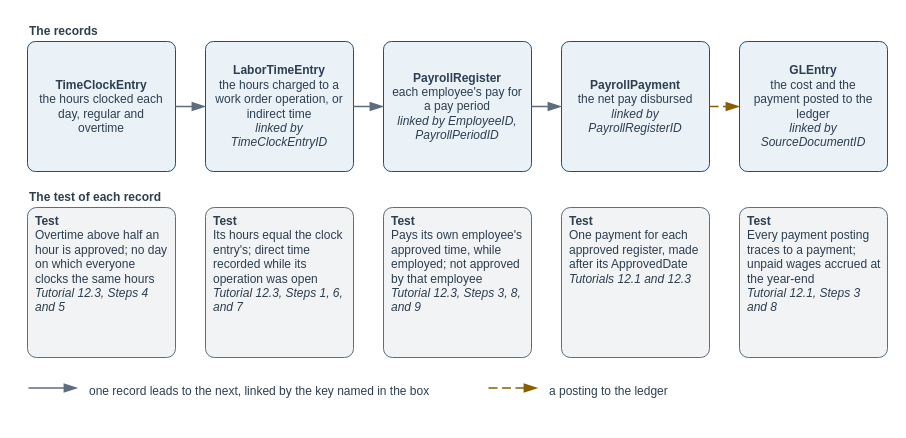
Before: visuals/src/fig-12-07-labor-record-chain.drawio in mmcodesso/Accounting_Analytics_Book, a draw.io diagram. Source tidied: cells renumbered, new cells numbered last; positions are measured from the earlier drawing's top-left corner, leaving out a move shared by most shapes. Both pictures are drawn from the tidied source at 100%, with x=0, y=0 at pixel (27, 17).
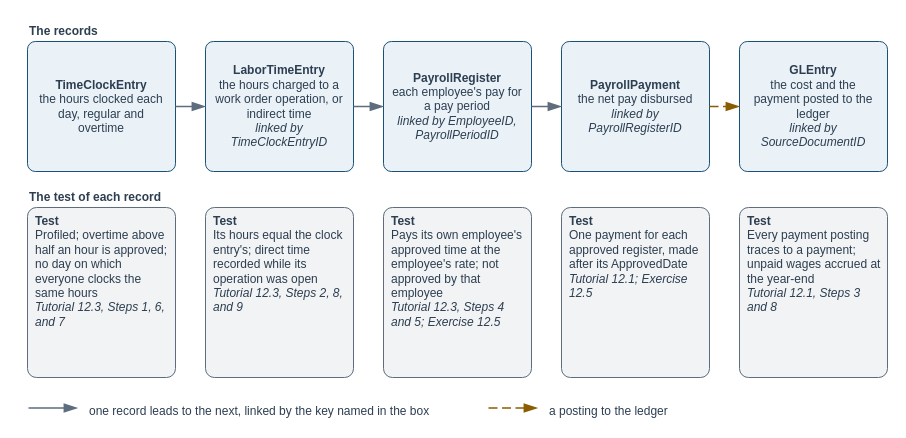
The same page after the edit.

The edit, as a diff of the source:
```diff
@@
     <mxCell id="2" style="rounded=0;html=1;fillColor=none;strokeColor=none;" parent="1" vertex="1">
-      <mxGeometry width="860" height="384" as="geometry" />
+      <mxGeometry width="860" height="404" as="geometry" />
     </mxCell>
@@
-    <mxCell id="4" value="&lt;b&gt;Test&lt;/b&gt;&lt;br&gt;Overtime above half an hour is approved; no day on which everyone clocks the same hours&lt;br&gt;&lt;i&gt;Tutorial 12.3, Steps 4 and 5&lt;/i&gt;" style="rounded=1;arcSize=6;whiteSpace=wrap;html=1;fillColor=#F2F3F4;strokeColor=#5D6D7E;strokeWidth=1;fontColor=#2C3E50;fontSize=12;fontStyle=0;align=left;verticalAlign=top;fontFamily=Helvetica;spacingLeft=6;spacingRight=6;" parent="1" vertex="1">
-      <mxGeometry y="190" width="148" height="150" as="geometry" />
+    <mxCell id="4" value="&lt;b&gt;Test&lt;/b&gt;&lt;br&gt;Profiled; overtime above half an hour is approved; no day on which everyone clocks the same hours&lt;br&gt;&lt;i&gt;Tutorial 12.3, Steps 1, 6, and 7&lt;/i&gt;" style="rounded=1;arcSize=6;whiteSpace=wrap;html=1;fillColor=#F2F3F4;strokeColor=#5D6D7E;strokeWidth=1;fontColor=#2C3E50;fontSize=12;fontStyle=0;align=left;verticalAlign=top;fontFamily=Helvetica;spacingLeft=6;spacingRight=6;" parent="1" vertex="1">
+      <mxGeometry y="190" width="148" height="170" as="geometry" />
     </mxCell>
@@
-    <mxCell id="6" value="&lt;b&gt;Test&lt;/b&gt;&lt;br&gt;Its hours equal the clock entry's; direct time recorded while its operation was open&lt;br&gt;&lt;i&gt;Tutorial 12.3, Steps 1, 6, and 7&lt;/i&gt;" style="rounded=1;arcSize=6;whiteSpace=wrap;html=1;fillColor=#F2F3F4;strokeColor=#5D6D7E;strokeWidth=1;fontColor=#2C3E50;fontSize=12;fontStyle=0;align=left;verticalAlign=top;fontFamily=Helvetica;spacingLeft=6;spacingRight=6;" parent="1" vertex="1">
-      <mxGeometry x="178" y="190" width="148" height="150" as="geometry" />
+    <mxCell id="6" value="&lt;b&gt;Test&lt;/b&gt;&lt;br&gt;Its hours equal the clock entry's; direct time recorded while its operation was open&lt;br&gt;&lt;i&gt;Tutorial 12.3, Steps 2, 8, and 9&lt;/i&gt;" style="rounded=1;arcSize=6;whiteSpace=wrap;html=1;fillColor=#F2F3F4;strokeColor=#5D6D7E;strokeWidth=1;fontColor=#2C3E50;fontSize=12;fontStyle=0;align=left;verticalAlign=top;fontFamily=Helvetica;spacingLeft=6;spacingRight=6;" parent="1" vertex="1">
+      <mxGeometry x="178" y="190" width="148" height="170" as="geometry" />
     </mxCell>
@@
-    <mxCell id="8" value="&lt;b&gt;Test&lt;/b&gt;&lt;br&gt;Pays its own employee's approved time, while employed; not approved by that employee&lt;br&gt;&lt;i&gt;Tutorial 12.3, Steps 3, 8, and 9&lt;/i&gt;" style="rounded=1;arcSize=6;whiteSpace=wrap;html=1;fillColor=#F2F3F4;strokeColor=#5D6D7E;strokeWidth=1;fontColor=#2C3E50;fontSize=12;fontStyle=0;align=left;verticalAlign=top;fontFamily=Helvetica;spacingLeft=6;spacingRight=6;" parent="1" vertex="1">
-      <mxGeometry x="356" y="190" width="148" height="150" as="geometry" />
+    <mxCell id="8" value="&lt;b&gt;Test&lt;/b&gt;&lt;br&gt;Pays its own employee's approved time at the employee's rate; not approved by that employee&lt;br&gt;&lt;i&gt;Tutorial 12.3, Steps 4 and 5; Exercise 12.5&lt;/i&gt;" style="rounded=1;arcSize=6;whiteSpace=wrap;html=1;fillColor=#F2F3F4;strokeColor=#5D6D7E;strokeWidth=1;fontColor=#2C3E50;fontSize=12;fontStyle=0;align=left;verticalAlign=top;fontFamily=Helvetica;spacingLeft=6;spacingRight=6;" parent="1" vertex="1">
+      <mxGeometry x="356" y="190" width="148" height="170" as="geometry" />
     </mxCell>
@@
-    <mxCell id="10" value="&lt;b&gt;Test&lt;/b&gt;&lt;br&gt;One payment for each approved register, made after its ApprovedDate&lt;br&gt;&lt;i&gt;Tutorials 12.1 and 12.3&lt;/i&gt;" style="rounded=1;arcSize=6;whiteSpace=wrap;html=1;fillColor=#F2F3F4;strokeColor=#5D6D7E;strokeWidth=1;fontColor=#2C3E50;fontSize=12;fontStyle=0;align=left;verticalAlign=top;fontFamily=Helvetica;spacingLeft=6;spacingRight=6;" parent="1" vertex="1">
-      <mxGeometry x="534" y="190" width="148" height="150" as="geometry" />
+    <mxCell id="10" value="&lt;b&gt;Test&lt;/b&gt;&lt;br&gt;One payment for each approved register, made after its ApprovedDate&lt;br&gt;&lt;i&gt;Tutorial 12.1; Exercise 12.5&lt;/i&gt;" style="rounded=1;arcSize=6;whiteSpace=wrap;html=1;fillColor=#F2F3F4;strokeColor=#5D6D7E;strokeWidth=1;fontColor=#2C3E50;fontSize=12;fontStyle=0;align=left;verticalAlign=top;fontFamily=Helvetica;spacingLeft=6;spacingRight=6;" parent="1" vertex="1">
+      <mxGeometry x="534" y="190" width="148" height="170" as="geometry" />
     </mxCell>
@@
     <mxCell id="12" value="&lt;b&gt;Test&lt;/b&gt;&lt;br&gt;Every payment posting traces to a payment; unpaid wages accrued at the year-end&lt;br&gt;&lt;i&gt;Tutorial 12.1, Steps 3 and 8&lt;/i&gt;" style="rounded=1;arcSize=6;whiteSpace=wrap;html=1;fillColor=#F2F3F4;strokeColor=#5D6D7E;strokeWidth=1;fontColor=#2C3E50;fontSize=12;fontStyle=0;align=left;verticalAlign=top;fontFamily=Helvetica;spacingLeft=6;spacingRight=6;" parent="1" vertex="1">
-      <mxGeometry x="712" y="190" width="148" height="150" as="geometry" />
+      <mxGeometry x="712" y="190" width="148" height="170" as="geometry" />
     </mxCell>
@@
     <mxCell id="19" style="text;html=1;strokeColor=none;fillColor=none;" parent="1" vertex="1">
-      <mxGeometry y="370" width="1" height="1" as="geometry" />
+      <mxGeometry y="390" width="1" height="1" as="geometry" />
     </mxCell>
     <mxCell id="20" style="text;html=1;strokeColor=none;fillColor=none;" parent="1" vertex="1">
-      <mxGeometry x="50" y="370" width="1" height="1" as="geometry" />
+      <mxGeometry x="50" y="390" width="1" height="1" as="geometry" />
     </mxCell>
@@
     <mxCell id="22" value="one record leads to the next, linked by the key named in the box" style="text;html=1;whiteSpace=wrap;align=left;verticalAlign=top;fontSize=12;fontColor=#2C3E50;fontStyle=0;fontFamily=Helvetica;spacing=2;fillColor=none;strokeColor=none;" parent="1" vertex="1">
-      <mxGeometry x="60" y="360" width="380" height="22" as="geometry" />
+      <mxGeometry x="60" y="380" width="380" height="22" as="geometry" />
     </mxCell>
     <mxCell id="23" style="text;html=1;strokeColor=none;fillColor=none;" parent="1" vertex="1">
-      <mxGeometry x="460" y="370" width="1" height="1" as="geometry" />
+      <mxGeometry x="460" y="390" width="1" height="1" as="geometry" />
     </mxCell>
     <mxCell id="24" style="text;html=1;strokeColor=none;fillColor=none;" parent="1" vertex="1">
-      <mxGeometry x="510" y="370" width="1" height="1" as="geometry" />
+      <mxGeometry x="510" y="390" width="1" height="1" as="geometry" />
     </mxCell>
@@
     <mxCell id="26" value="a posting to the ledger" style="text;html=1;whiteSpace=wrap;align=left;verticalAlign=top;fontSize=12;fontColor=#2C3E50;fontStyle=0;fontFamily=Helvetica;spacing=2;fillColor=none;strokeColor=none;" parent="1" vertex="1">
-      <mxGeometry x="520" y="360" width="340" height="22" as="geometry" />
+      <mxGeometry x="520" y="380" width="340" height="22" as="geometry" />
     </mxCell>
```
